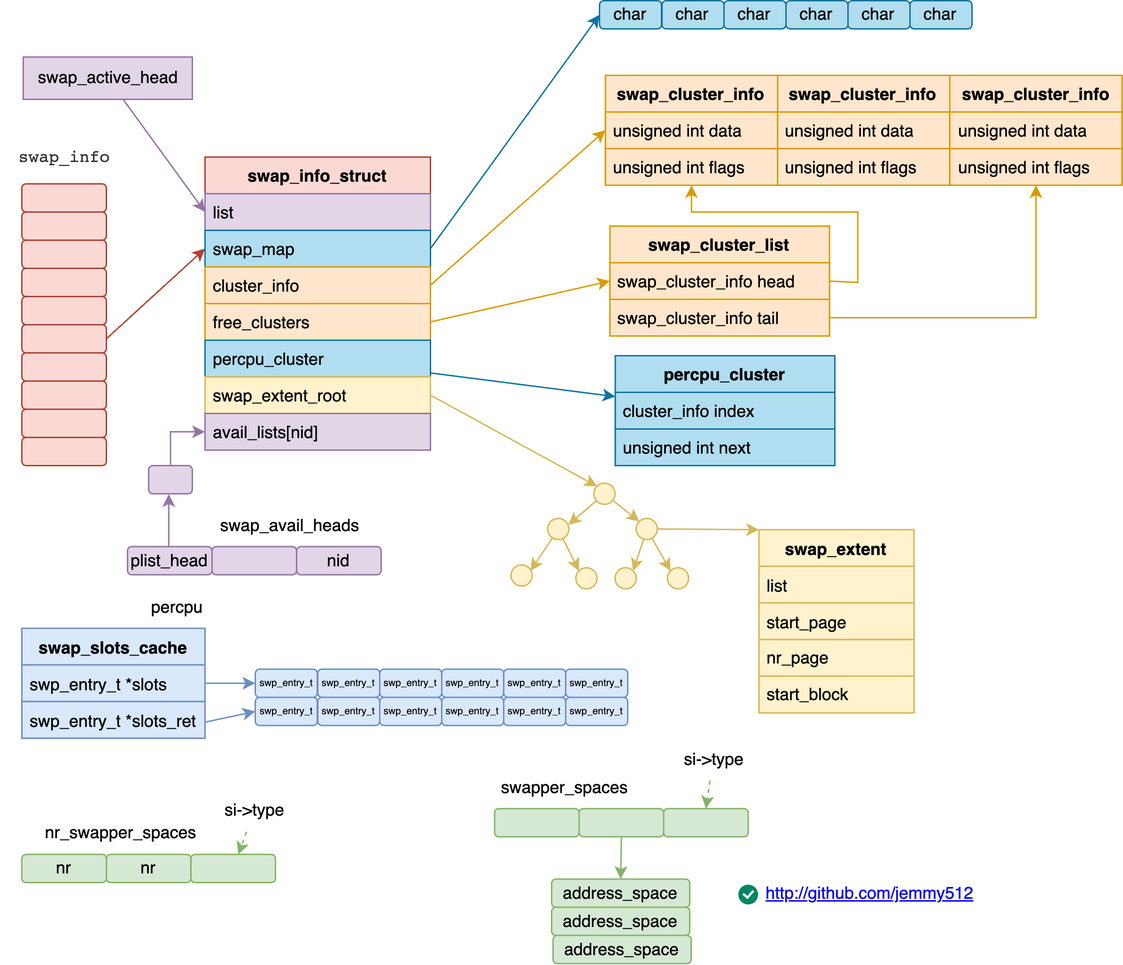
The draw.io diagram images/kernel/mem-swap-arch.png in jemmy512/book-notes, before a commit. Source tidied: cells renumbered, new cells last; positions are measured from the earlier drawing's top-left corner, leaving out a move shared by most shapes.
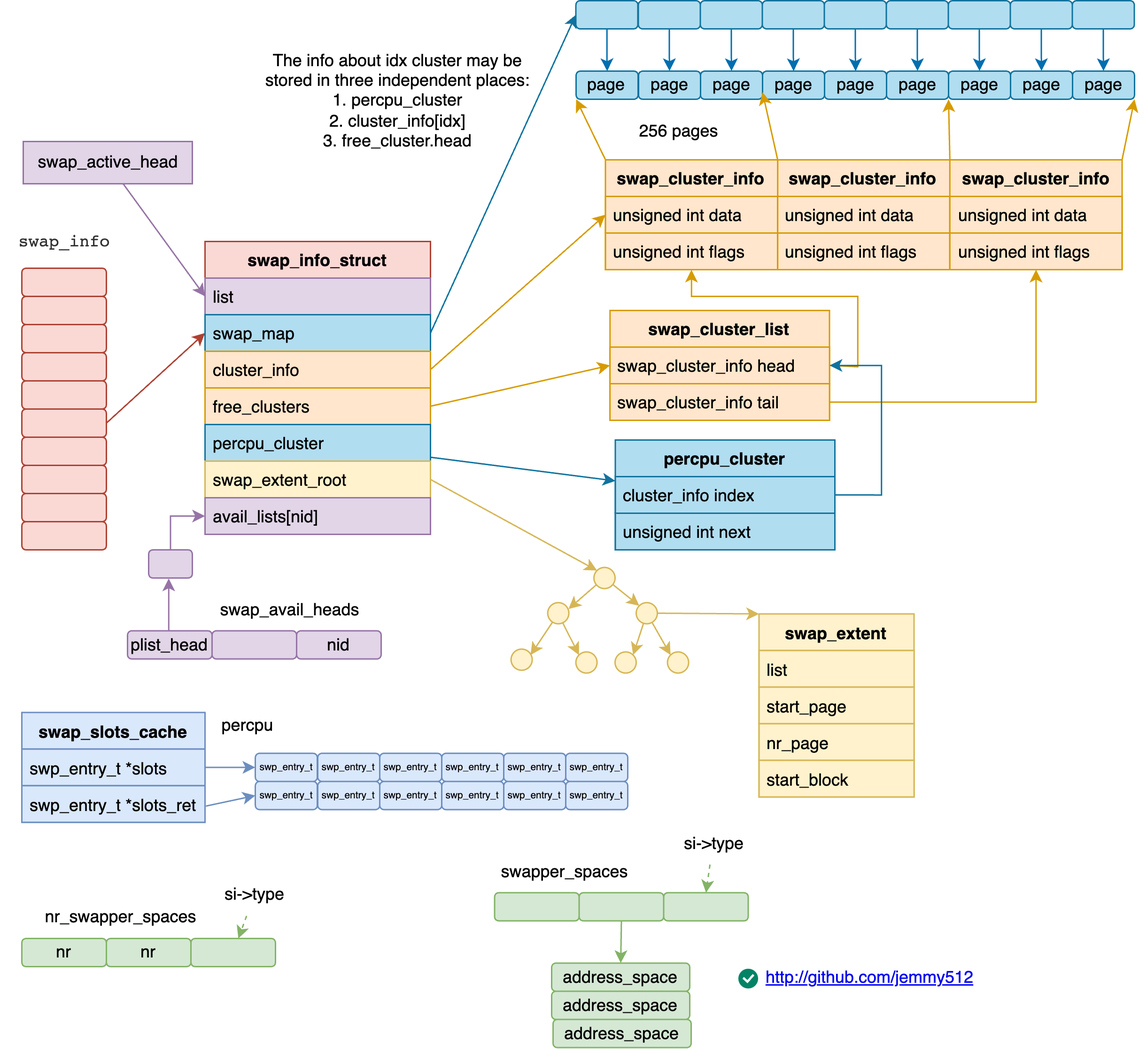
The same file after the commit.

The edit, as a diff of the source:
```diff
@@ -223,23 +223,41 @@
     <mxCell id="74" style="rounded=0;jettySize=auto;html=1;entryX=0;entryY=0.5;entryDx=0;entryDy=0;exitX=1;exitY=0.5;exitDx=0;exitDy=0;fillColor=#ffe6cc;strokeColor=#d79b00;" parent="1" edge="1" source="17" target="72">
       <mxGeometry relative="1" as="geometry" />
     </mxCell>
+    <mxCell id="114" style="edgeStyle=orthogonalEdgeStyle;rounded=0;jettySize=auto;html=1;fillColor=#1ba1e2;strokeColor=#006EAF;" parent="1" edge="1" source="75" target="127">
+      <mxGeometry relative="1" as="geometry" />
+    </mxCell>
-    <mxCell id="75" value="char" style="rounded=1;whiteSpace=wrap;html=1;fillColor=#b1ddf0;strokeColor=#10739e;" parent="1" vertex="1">
-      <mxGeometry x="425" width="44" height="20" as="geometry" />
+    <mxCell id="75" style="rounded=1;whiteSpace=wrap;html=1;fillColor=#b1ddf0;strokeColor=#10739e;" parent="1" vertex="1">
+      <mxGeometry x="408.2" y="-60" width="44" height="20" as="geometry" />
     </mxCell>
+    <mxCell id="115" style="edgeStyle=orthogonalEdgeStyle;rounded=0;jettySize=auto;html=1;entryX=0.5;entryY=0;entryDx=0;entryDy=0;fillColor=#1ba1e2;strokeColor=#006EAF;" parent="1" edge="1" source="76" target="128">
+      <mxGeometry relative="1" as="geometry" />
+    </mxCell>
-    <mxCell id="76" value="char" style="rounded=1;whiteSpace=wrap;html=1;fillColor=#b1ddf0;strokeColor=#10739e;" parent="1" vertex="1">
-      <mxGeometry x="469.3" width="44" height="20" as="geometry" />
+    <mxCell id="76" style="rounded=1;whiteSpace=wrap;html=1;fillColor=#b1ddf0;strokeColor=#10739e;" parent="1" vertex="1">
+      <mxGeometry x="452.5" y="-60" width="44" height="20" as="geometry" />
     </mxCell>
+    <mxCell id="116" style="edgeStyle=orthogonalEdgeStyle;rounded=0;jettySize=auto;html=1;entryX=0.5;entryY=0;entryDx=0;entryDy=0;fillColor=#1ba1e2;strokeColor=#006EAF;" parent="1" edge="1" source="77" target="129">
+      <mxGeometry relative="1" as="geometry" />
+    </mxCell>
-    <mxCell id="77" value="char" style="rounded=1;whiteSpace=wrap;html=1;fillColor=#b1ddf0;strokeColor=#10739e;" parent="1" vertex="1">
-      <mxGeometry x="513.3" width="44" height="20" as="geometry" />
+    <mxCell id="77" style="rounded=1;whiteSpace=wrap;html=1;fillColor=#b1ddf0;strokeColor=#10739e;" parent="1" vertex="1">
+      <mxGeometry x="496.5" y="-60" width="44" height="20" as="geometry" />
     </mxCell>
+    <mxCell id="117" style="edgeStyle=orthogonalEdgeStyle;rounded=0;jettySize=auto;html=1;fillColor=#1ba1e2;strokeColor=#006EAF;" parent="1" edge="1" source="78" target="130">
+      <mxGeometry relative="1" as="geometry" />
+    </mxCell>
-    <mxCell id="78" value="char" style="rounded=1;whiteSpace=wrap;html=1;fillColor=#b1ddf0;strokeColor=#10739e;" parent="1" vertex="1">
-      <mxGeometry x="557.3" width="44" height="20" as="geometry" />
+    <mxCell id="78" style="rounded=1;whiteSpace=wrap;html=1;fillColor=#b1ddf0;strokeColor=#10739e;" parent="1" vertex="1">
+      <mxGeometry x="540.5" y="-60" width="44" height="20" as="geometry" />
     </mxCell>
+    <mxCell id="118" style="edgeStyle=orthogonalEdgeStyle;rounded=0;jettySize=auto;html=1;fillColor=#1ba1e2;strokeColor=#006EAF;" parent="1" edge="1" source="79" target="131">
+      <mxGeometry relative="1" as="geometry" />
+    </mxCell>
-    <mxCell id="79" value="char" style="rounded=1;whiteSpace=wrap;html=1;fillColor=#b1ddf0;strokeColor=#10739e;" parent="1" vertex="1">
-      <mxGeometry x="601.3" width="44" height="20" as="geometry" />
+    <mxCell id="79" style="rounded=1;whiteSpace=wrap;html=1;fillColor=#b1ddf0;strokeColor=#10739e;" parent="1" vertex="1">
+      <mxGeometry x="584.5" y="-60" width="44" height="20" as="geometry" />
     </mxCell>
+    <mxCell id="119" style="edgeStyle=orthogonalEdgeStyle;rounded=0;jettySize=auto;html=1;entryX=0.5;entryY=0;entryDx=0;entryDy=0;fillColor=#1ba1e2;strokeColor=#006EAF;" parent="1" edge="1" source="80" target="132">
+      <mxGeometry relative="1" as="geometry" />
+    </mxCell>
-    <mxCell id="80" value="char" style="rounded=1;whiteSpace=wrap;html=1;fillColor=#b1ddf0;strokeColor=#10739e;" parent="1" vertex="1">
-      <mxGeometry x="645.3" width="44" height="20" as="geometry" />
+    <mxCell id="80" style="rounded=1;whiteSpace=wrap;html=1;fillColor=#b1ddf0;strokeColor=#10739e;" parent="1" vertex="1">
+      <mxGeometry x="628.5" y="-60" width="44" height="20" as="geometry" />
     </mxCell>
     <mxCell id="81" style="rounded=0;jettySize=auto;html=1;entryX=0;entryY=0.5;entryDx=0;entryDy=0;exitX=1;exitY=0.5;exitDx=0;exitDy=0;fillColor=#b1ddf0;strokeColor=#10739e;" parent="1" edge="1" source="15" target="75">
       <mxGeometry relative="1" as="geometry" />
@@ -334,7 +352,7 @@
       <mxGeometry x="105" y="330" width="31" height="20" as="geometry" />
     </mxCell>
     <mxCell id="107" value="percpu" style="text;html=1;align=center;verticalAlign=middle;strokeColor=none;fillColor=none;" parent="1" vertex="1">
-      <mxGeometry x="95" y="415.5" width="60" height="30" as="geometry" />
+      <mxGeometry x="145" y="440" width="60" height="30" as="geometry" />
     </mxCell>
     <mxCell id="108" value="percpu_cluster" style="swimlane;fontStyle=1;align=center;verticalAlign=top;horizontal=1;startSize=26;whiteSpace=wrap;html=1;fillColor=#b1ddf0;strokeColor=#10739e;" parent="1" vertex="1">
       <mxGeometry x="436.2" y="252" width="155.8" height="78" as="geometry" />
@@ -354,5 +372,76 @@
     <mxCell id="113" style="html=1;shadow=0;dashed=0;shape=mxgraph.atlassian.checkbox;fillColor=#008465;strokeColor=none;html=1;sketch=0;" parent="1" vertex="1">
       <mxGeometry x="523.5" y="627.5" width="14" height="14" as="geometry" />
     </mxCell>
+    <mxCell id="120" style="edgeStyle=orthogonalEdgeStyle;rounded=0;jettySize=auto;html=1;exitX=1;exitY=0.5;exitDx=0;exitDy=0;fillColor=#b1ddf0;strokeColor=#10739e;" parent="1" edge="1" source="109" target="72">
+      <mxGeometry relative="1" as="geometry">
+        <Array as="points">
+          <mxPoint x="625" y="291" />
+          <mxPoint x="625" y="199" />
+        </Array>
+      </mxGeometry>
+    </mxCell>
+    <mxCell id="121" style="edgeStyle=orthogonalEdgeStyle;rounded=0;jettySize=auto;html=1;entryX=0.5;entryY=0;entryDx=0;entryDy=0;fillColor=#1ba1e2;strokeColor=#006EAF;" parent="1" edge="1" source="122" target="133">
+      <mxGeometry relative="1" as="geometry" />
+    </mxCell>
+    <mxCell id="122" style="rounded=1;whiteSpace=wrap;html=1;fillColor=#b1ddf0;strokeColor=#10739e;" parent="1" vertex="1">
+      <mxGeometry x="672.5" y="-60" width="44" height="20" as="geometry" />
+    </mxCell>
+    <mxCell id="123" style="edgeStyle=orthogonalEdgeStyle;rounded=0;jettySize=auto;html=1;entryX=0.5;entryY=0;entryDx=0;entryDy=0;fillColor=#1ba1e2;strokeColor=#006EAF;" parent="1" edge="1" source="124" target="134">
+      <mxGeometry relative="1" as="geometry" />
+    </mxCell>
+    <mxCell id="124" style="rounded=1;whiteSpace=wrap;html=1;fillColor=#b1ddf0;strokeColor=#10739e;" parent="1" vertex="1">
+      <mxGeometry x="716.5" y="-60" width="44" height="20" as="geometry" />
+    </mxCell>
+    <mxCell id="125" style="edgeStyle=orthogonalEdgeStyle;rounded=0;jettySize=auto;html=1;entryX=0.5;entryY=0;entryDx=0;entryDy=0;fillColor=#1ba1e2;strokeColor=#006EAF;" parent="1" edge="1" source="126" target="135">
+      <mxGeometry relative="1" as="geometry" />
+    </mxCell>
+    <mxCell id="126" style="rounded=1;whiteSpace=wrap;html=1;fillColor=#b1ddf0;strokeColor=#10739e;" parent="1" vertex="1">
+      <mxGeometry x="760.5" y="-60" width="44" height="20" as="geometry" />
+    </mxCell>
+    <mxCell id="127" value="page" style="rounded=1;whiteSpace=wrap;html=1;fillColor=#b1ddf0;strokeColor=#10739e;" parent="1" vertex="1">
+      <mxGeometry x="408.4" y="-10" width="44" height="20" as="geometry" />
+    </mxCell>
+    <mxCell id="128" value="page" style="rounded=1;whiteSpace=wrap;html=1;fillColor=#b1ddf0;strokeColor=#10739e;" parent="1" vertex="1">
+      <mxGeometry x="452.6" y="-10" width="44" height="20" as="geometry" />
+    </mxCell>
+    <mxCell id="129" value="page" style="rounded=1;whiteSpace=wrap;html=1;fillColor=#b1ddf0;strokeColor=#10739e;" parent="1" vertex="1">
+      <mxGeometry x="496.6" y="-10" width="44" height="20" as="geometry" />
+    </mxCell>
+    <mxCell id="130" value="page" style="rounded=1;whiteSpace=wrap;html=1;fillColor=#b1ddf0;strokeColor=#10739e;" parent="1" vertex="1">
+      <mxGeometry x="540.6" y="-10" width="44" height="20" as="geometry" />
+    </mxCell>
+    <mxCell id="131" value="page" style="rounded=1;whiteSpace=wrap;html=1;fillColor=#b1ddf0;strokeColor=#10739e;" parent="1" vertex="1">
+      <mxGeometry x="584.6" y="-10" width="44" height="20" as="geometry" />
+    </mxCell>
+    <mxCell id="132" value="page" style="rounded=1;whiteSpace=wrap;html=1;fillColor=#b1ddf0;strokeColor=#10739e;" parent="1" vertex="1">
+      <mxGeometry x="628.6" y="-10" width="44" height="20" as="geometry" />
+    </mxCell>
+    <mxCell id="133" value="page" style="rounded=1;whiteSpace=wrap;html=1;fillColor=#b1ddf0;strokeColor=#10739e;" parent="1" vertex="1">
+      <mxGeometry x="672.7" y="-10" width="44" height="20" as="geometry" />
+    </mxCell>
+    <mxCell id="134" value="page" style="rounded=1;whiteSpace=wrap;html=1;fillColor=#b1ddf0;strokeColor=#10739e;" parent="1" vertex="1">
+      <mxGeometry x="716.7" y="-10" width="44" height="20" as="geometry" />
+    </mxCell>
+    <mxCell id="135" value="page" style="rounded=1;whiteSpace=wrap;html=1;fillColor=#b1ddf0;strokeColor=#10739e;" parent="1" vertex="1">
+      <mxGeometry x="760.7" y="-10" width="44" height="20" as="geometry" />
+    </mxCell>
+    <mxCell id="136" style="endArrow=classic;html=1;rounded=0;entryX=0;entryY=0.75;entryDx=0;entryDy=0;exitX=0;exitY=0;exitDx=0;exitDy=0;fillColor=#ffe6cc;strokeColor=#d79b00;" parent="1" edge="1" source="47" target="130">
+      <mxGeometry relative="1" as="geometry" />
+    </mxCell>
+    <mxCell id="137" style="endArrow=classic;html=1;rounded=0;entryX=0;entryY=1;entryDx=0;entryDy=0;exitX=0;exitY=0;exitDx=0;exitDy=0;fillColor=#ffe6cc;strokeColor=#d79b00;" parent="1" edge="1" source="44" target="127">
+      <mxGeometry relative="1" as="geometry" />
+    </mxCell>
+    <mxCell id="138" style="endArrow=classic;html=1;rounded=0;entryX=1;entryY=1;entryDx=0;entryDy=0;exitX=1;exitY=0;exitDx=0;exitDy=0;fillColor=#ffe6cc;strokeColor=#d79b00;" parent="1" edge="1" source="47" target="132">
+      <mxGeometry relative="1" as="geometry" />
+    </mxCell>
+    <mxCell id="139" style="endArrow=classic;html=1;rounded=0;entryX=1;entryY=1;entryDx=0;entryDy=0;exitX=1;exitY=0;exitDx=0;exitDy=0;fillColor=#ffe6cc;strokeColor=#d79b00;" parent="1" edge="1" source="50" target="135">
+      <mxGeometry relative="1" as="geometry" />
+    </mxCell>
+    <mxCell id="140" value="256 pages" style="text;html=1;align=center;verticalAlign=middle;strokeColor=none;fillColor=none;" parent="1" vertex="1">
+      <mxGeometry x="440.7" y="18" width="80" height="30" as="geometry" />
+    </mxCell>
+    <mxCell id="141" value="&lt;div&gt;The info about idx cluster may be stored in three independent places:&lt;/div&gt;&lt;div&gt;1. percpu_cluster&lt;/div&gt;&lt;div&gt;2. cluster_info[idx]&lt;/div&gt;&lt;div&gt;3. free_cluster.head&lt;/div&gt;" style="text;html=1;strokeColor=none;fillColor=none;align=center;verticalAlign=middle;whiteSpace=wrap;rounded=0;fontColor=#000000;" parent="1" vertex="1">
+      <mxGeometry x="175.8" y="-27" width="212.3" height="75" as="geometry" />
+    </mxCell>
   </root>
 </mxGraphModel>
```
